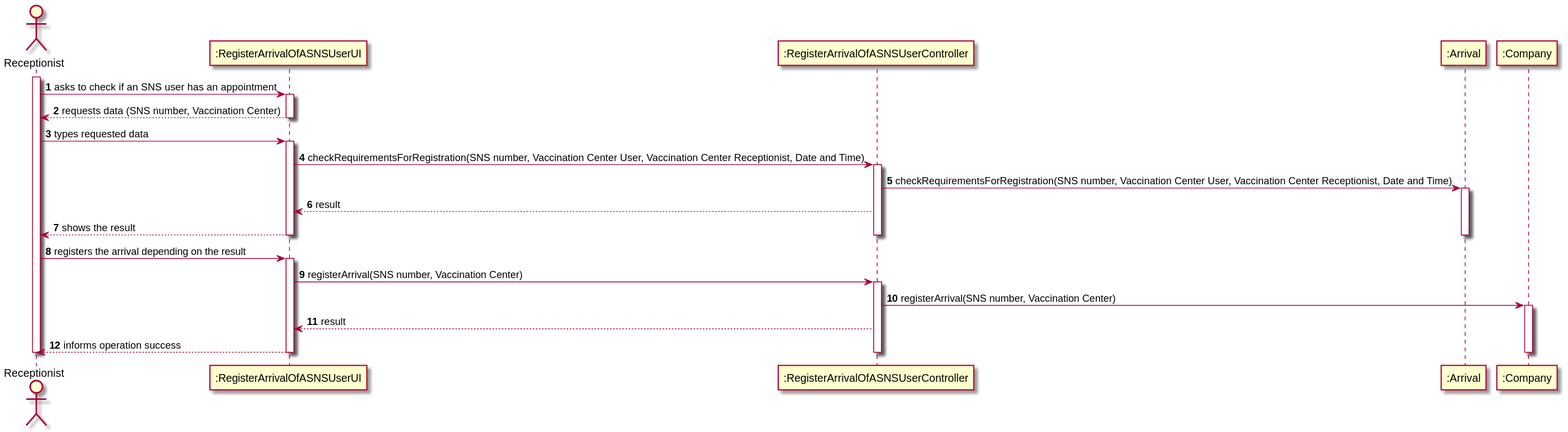
Pirussa/lei-22-s2-1da-g02 keeps this PlantUML diagram as docs/SprintC/US004/US004_SD.svg. Above is the earlier version.
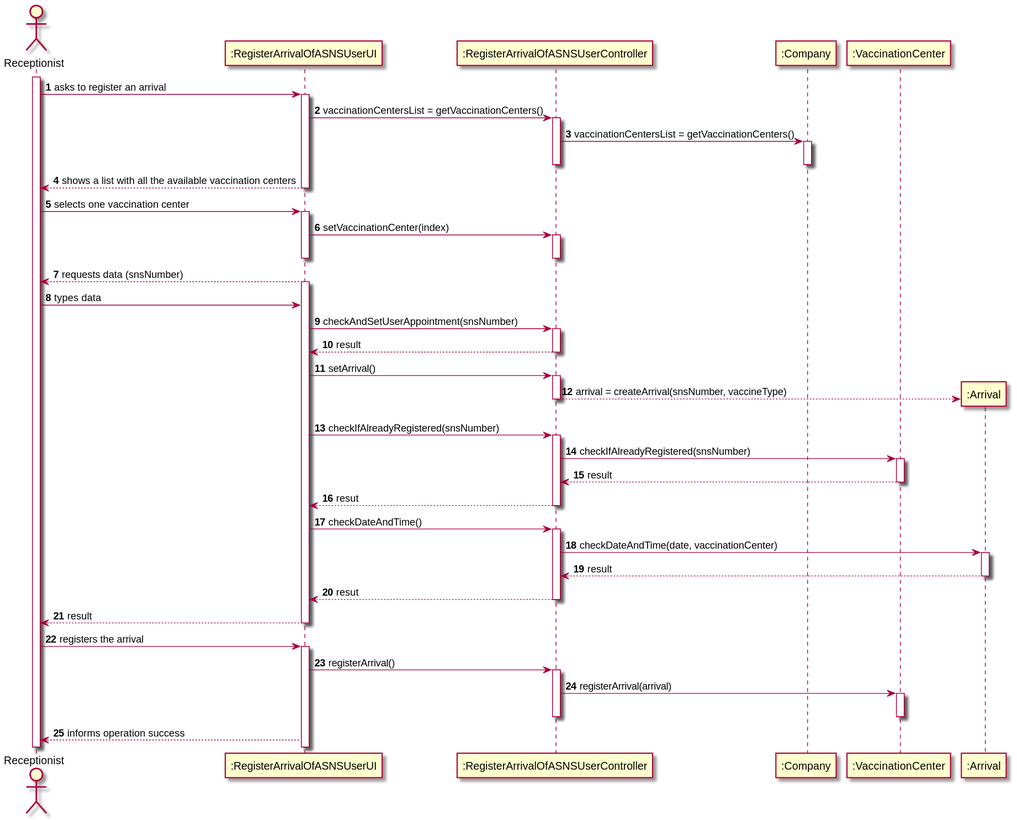
The same diagram one commit later.

What changed in the source:
```diff
@@ -5,56 +5,98 @@
 
 participant ":RegisterArrivalOfASNSUserUI" as UI
 participant ":RegisterArrivalOfASNSUserController" as CTRL
+participant ":Company" as C
+participant ":VaccinationCenter" as VC
 participant ":Arrival" as A
-participant ":Company" as C
 
 activate R
 
-R -> UI : asks to check if an SNS user has an appointment
+R -> UI : asks to register an arrival
 activate UI
 
-UI --> R : requests data (SNS number, Vaccination Center)
+UI -> CTRL : vaccinationCentersList = getVaccinationCenters()
+activate CTRL
+
+CTRL -> C : vaccinationCentersList = getVaccinationCenters()
+activate C
+
+deactivate C
+deactivate CTRL
+UI --> R : shows a list with all the available vaccination centers
 deactivate UI
 
-R -> UI : types requested data
+R -> UI : selects one vaccination center
 activate UI
 
-UI -> CTRL : checkRequirementsForRegistration(SNS number, Vaccination Center User, Vaccination Center Receptionist, Date and Time)
+UI -> CTRL : setVaccinationCenter(index)
 activate CTRL
 
-CTRL -> A : checkRequirementsForRegistration(SNS number, Vaccination Center User, Vaccination Center Receptionist, Date and Time)
-activate A
-
-CTRL --> UI : result
-
-UI --> R: shows the result
-
-deactivate A
 
 deactivate CTRL
 deactivate UI
 
-
-R -> UI : registers the arrival depending on the result
+UI --> R : requests data (snsNumber)
 activate UI
 
-UI -> CTRL : registerArrival(SNS number, Vaccination Center)
+
+R -> UI : types data
+
+UI -> CTRL : checkAndSetUserAppointment(snsNumber)
 activate CTRL
 
-CTRL -> C : registerArrival(SNS number, Vaccination Center)
-activate C
+CTRL --> UI : result
+deactivate CTRL
+
+UI -> CTRL : setArrival()
+activate CTRL
+
+CTRL ---> A ** : arrival = createArrival(snsNumber, vaccineType)
+
+deactivate CTRL
+
+UI -> CTRL : checkIfAlreadyRegistered(snsNumber)
+activate CTRL
+
+CTRL -> VC : checkIfAlreadyRegistered(snsNumber)
+activate VC
+
+VC --> CTRL : result
+deactivate VC
+
+CTRL --> UI : resut
+deactivate CTRL
+
+UI -> CTRL : checkDateAndTime()
+activate CTRL
 
 
+CTRL -> A : checkDateAndTime(date, vaccinationCenter)
+activate A
+
+A --> CTRL : result
+deactivate A
+
+CTRL --> UI : resut
+deactivate CTRL
+
+UI --> R : result
+deactivate A
+
+deactivate UI
 
 
-CTRL --> UI: result
+R -> UI : registers the arrival
+activate UI
 
+UI -> CTRL : registerArrival()
+activate CTRL
+
+
+CTRL -> VC : registerArrival(arrival)
+activate VC
+
+deactivate VC
+deactivate CTRL
 UI --> R : informs operation success
 
-deactivate C
-deactivate CTRL
-deactivate UI
-deactivate R
-
-
 @enduml
```
